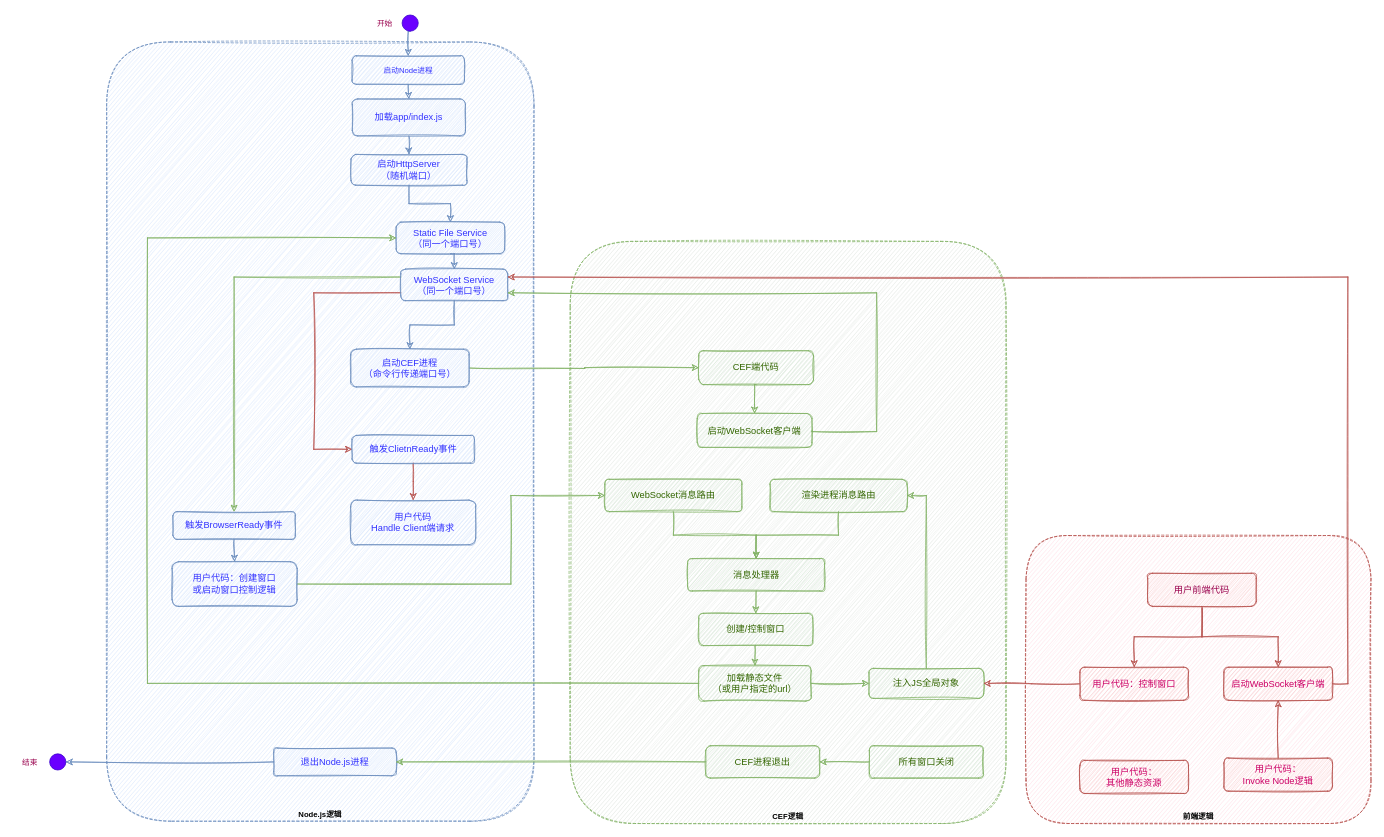
Earlier version of the draw.io diagram resource/architecture.drawio (GerHobbelt/horsejs). Source tidied: cells renumbered, new cells numbered last; positions are measured from the earlier drawing's top-left corner, leaving out a move shared by most shapes. Both pictures are drawn from the tidied source at 77%, with x=0, y=0 at pixel (13, 12).
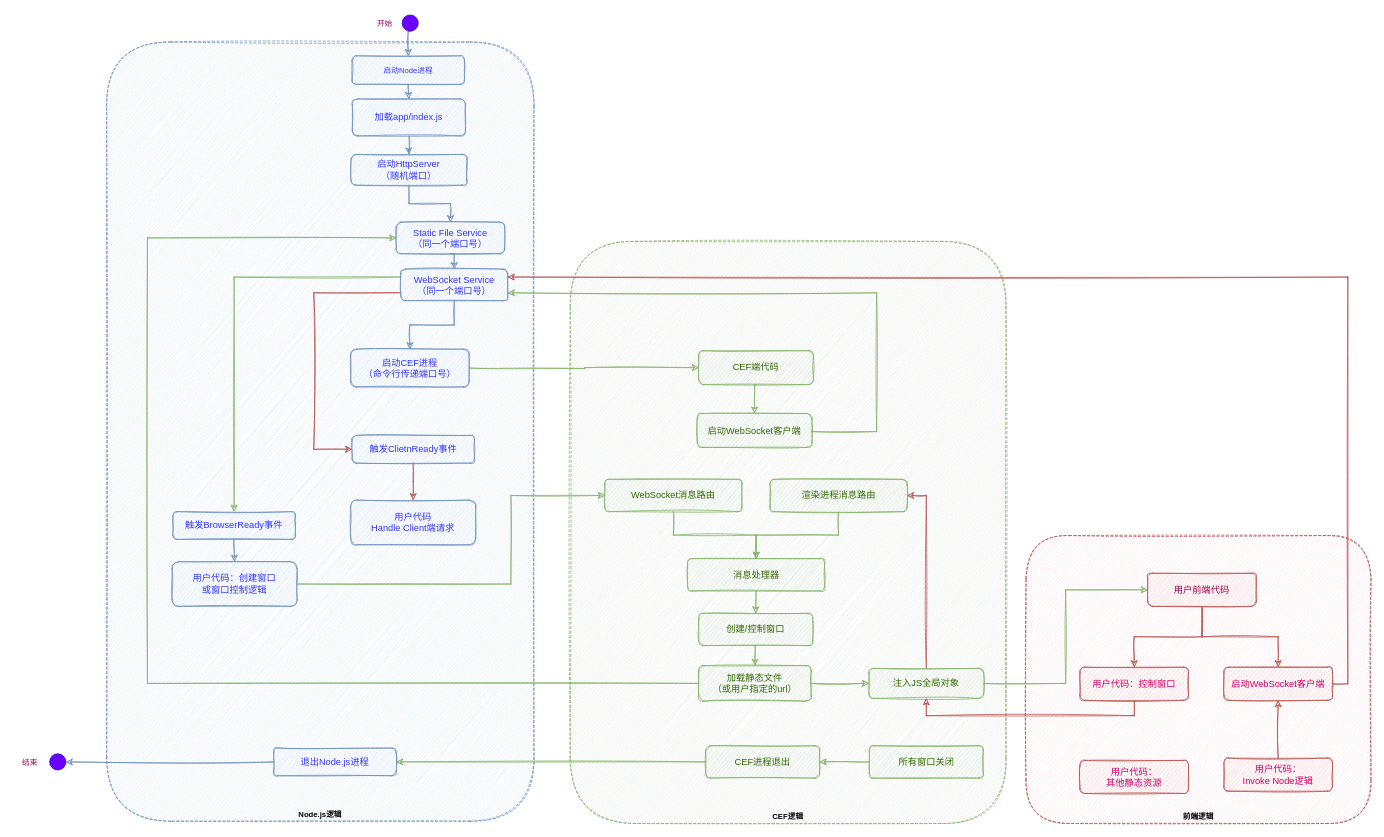
The same diagram, later.

The change refers to these unchanged cells:
```xml
<mxCell id="33" value="注入JS全局对象" style="rounded=1;whiteSpace=wrap;html=1;sketch=1;fontSize=12;fillColor=#d5e8d4;strokeColor=#82b366;fontColor=#336600;" parent="1" vertex="1">
  <mxGeometry x="1111" y="851.5" width="149" height="39" as="geometry" />
</mxCell>
<mxCell id="40" value="用户前端代码" style="rounded=1;whiteSpace=wrap;html=1;sketch=1;fontSize=12;fillColor=#f8cecc;strokeColor=#b85450;fontColor=#99004D;" parent="1" vertex="1">
  <mxGeometry x="1473" y="728" width="141" height="43" as="geometry" />
</mxCell>
<mxCell id="42" value="用户代码：控制窗口" style="rounded=1;whiteSpace=wrap;html=1;sketch=1;fontSize=12;fillColor=#f8cecc;strokeColor=#b85450;fontColor=#CC0066;" parent="1" vertex="1">
  <mxGeometry x="1385" y="850" width="141" height="43" as="geometry" />
</mxCell>
<mxCell id="44" value="渲染进程消息路由" style="rounded=1;whiteSpace=wrap;html=1;sketch=1;fontSize=12;fillColor=#d5e8d4;strokeColor=#82b366;fontColor=#336600;" parent="1" vertex="1">
  <mxGeometry x="982.5" y="606" width="178" height="42" as="geometry" />
</mxCell>
```

Change to the diagram source:
```diff
@@
-    <mxCell id="26" value="用户代码：创建窗口&lt;br&gt;或启动窗口控制逻辑" style="rounded=1;whiteSpace=wrap;html=1;fillColor=#dae8fc;strokeColor=#6c8ebf;sketch=1;fontColor=#3333FF;fontSize=12;" parent="1" vertex="1">
+    <mxCell id="26" value="用户代码：创建窗口&lt;br&gt;或窗口控制逻辑" style="rounded=1;whiteSpace=wrap;html=1;fillColor=#dae8fc;strokeColor=#6c8ebf;sketch=1;fontColor=#3333FF;fontSize=12;" parent="1" vertex="1">
       <mxGeometry x="206" y="713" width="162.4" height="58" as="geometry" />
     </mxCell>
@@
-    <mxCell id="32" style="edgeStyle=orthogonalEdgeStyle;rounded=0;sketch=1;jettySize=auto;html=1;exitX=0.5;exitY=0;exitDx=0;exitDy=0;entryX=1;entryY=0.5;entryDx=0;entryDy=0;fontSize=10;fontColor=#CC0066;fillColor=#d5e8d4;strokeColor=#82b366;" parent="1" edge="1" source="33" target="44">
+    <mxCell id="32" style="edgeStyle=orthogonalEdgeStyle;rounded=0;sketch=1;jettySize=auto;html=1;exitX=0.5;exitY=0;exitDx=0;exitDy=0;entryX=1;entryY=0.5;entryDx=0;entryDy=0;fontSize=10;fontColor=#CC0066;fillColor=#f8cecc;strokeColor=#b85450;" parent="1" edge="1" source="33" target="44">
       <mxGeometry relative="1" as="geometry" />
     </mxCell>
+    <mxCell id="64" style="edgeStyle=orthogonalEdgeStyle;rounded=0;jettySize=auto;html=1;exitX=1;exitY=0.5;exitDx=0;exitDy=0;entryX=0;entryY=0.5;entryDx=0;entryDy=0;fillColor=#d5e8d4;strokeColor=#82b366;sketch=1;" parent="1" edge="1" source="33" target="40">
+      <mxGeometry relative="1" as="geometry" />
+    </mxCell>
@@
-    <mxCell id="41" style="edgeStyle=orthogonalEdgeStyle;rounded=0;sketch=1;jettySize=auto;html=1;exitX=0;exitY=0.5;exitDx=0;exitDy=0;entryX=1;entryY=0.5;entryDx=0;entryDy=0;fontSize=10;fontColor=#99004D;fillColor=#f8cecc;strokeColor=#b85450;" parent="1" edge="1" source="42" target="33">
+    <mxCell id="41" style="edgeStyle=orthogonalEdgeStyle;rounded=0;sketch=1;jettySize=auto;html=1;exitX=0.5;exitY=1;exitDx=0;exitDy=0;entryX=0.5;entryY=1;entryDx=0;entryDy=0;fontSize=10;fontColor=#99004D;fillColor=#f8cecc;strokeColor=#b85450;" parent="1" edge="1" source="42" target="33">
       <mxGeometry relative="1" as="geometry" />
     </mxCell>
```
